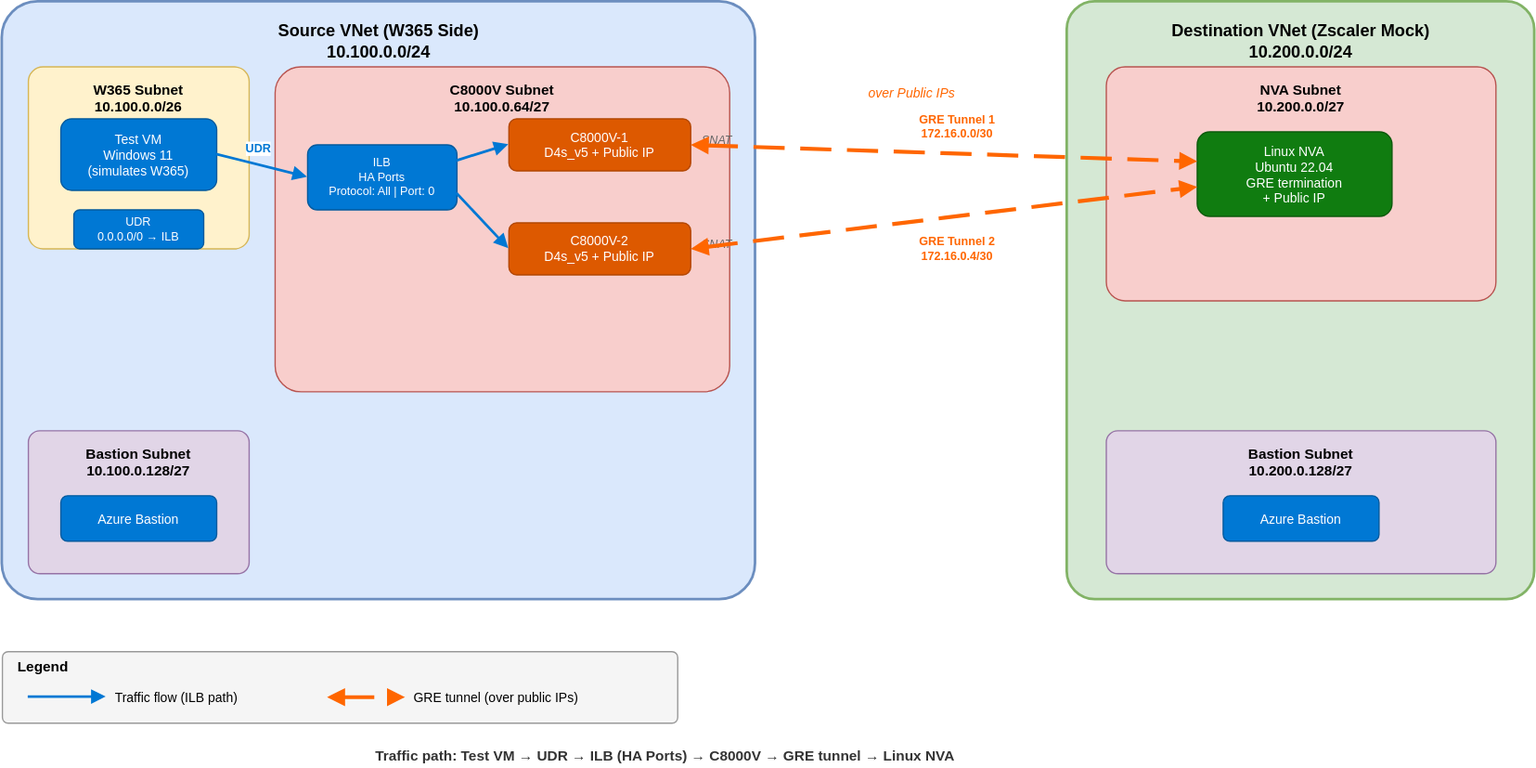
Earlier version of the draw.io export images/lab-topology.drawio.svg (colinweiner111/azure-w365-zscaler-networking-lab). Source tidied: cells renumbered, new cells last; positions are measured from the earlier drawing's top-left corner, leaving out a move shared by most shapes. The source it was exported from:
```xml
<mxGraphModel>
  <root>
    <mxCell id="0" />
    <mxCell id="1" parent="0" />
    <mxCell id="2" value="Source VNet (W365 Side)&#10;10.100.0.0/24" style="rounded=1;whiteSpace=wrap;html=1;fillColor=#dae8fc;strokeColor=#6c8ebf;strokeWidth=2;verticalAlign=top;spacingTop=8;fontStyle=1;fontSize=13;arcSize=6;dashed=0;" parent="1" vertex="1">
      <mxGeometry width="580" height="460" as="geometry" />
    </mxCell>
    <mxCell id="3" value="W365 Subnet&#10;10.100.0.0/26" style="rounded=1;whiteSpace=wrap;html=1;fillColor=#fff2cc;strokeColor=#d6b656;strokeWidth=1;verticalAlign=top;spacingTop=5;fontStyle=1;fontSize=11;arcSize=8;" parent="1" vertex="1">
      <mxGeometry x="20" y="50" width="170" height="140" as="geometry" />
    </mxCell>
    <mxCell id="4" value="Test VM&#10;Windows 11&#10;(simulates W365)" style="rounded=1;whiteSpace=wrap;html=1;fillColor=#0078D4;fontColor=#ffffff;strokeColor=#005a9e;strokeWidth=1;fontSize=10;fontStyle=0;" parent="1" vertex="1">
      <mxGeometry x="45" y="90" width="120" height="55" as="geometry" />
    </mxCell>
    <mxCell id="5" value="UDR&#10;0.0.0.0/0 → ILB" style="rounded=1;whiteSpace=wrap;html=1;fillColor=#0078D4;fontColor=#ffffff;strokeColor=#005a9e;strokeWidth=1;fontSize=9;fontStyle=0;" parent="1" vertex="1">
      <mxGeometry x="55" y="160" width="100" height="30" as="geometry" />
    </mxCell>
    <mxCell id="6" value="C8000V Subnet&#10;10.100.0.64/27" style="rounded=1;whiteSpace=wrap;html=1;fillColor=#f8cecc;strokeColor=#b85450;strokeWidth=1;verticalAlign=top;spacingTop=5;fontStyle=1;fontSize=11;arcSize=8;" parent="1" vertex="1">
      <mxGeometry x="210" y="50" width="350" height="250" as="geometry" />
    </mxCell>
    <mxCell id="7" value="ILB&#10;HA Ports&#10;Protocol: All | Port: 0" style="rounded=1;whiteSpace=wrap;html=1;fillColor=#0078D4;fontColor=#ffffff;strokeColor=#005a9e;strokeWidth=1;fontSize=9;fontStyle=0;" parent="1" vertex="1">
      <mxGeometry x="235" y="110" width="115" height="50" as="geometry" />
    </mxCell>
    <mxCell id="8" value="C8000V-1&#10;D4s_v5 + Public IP" style="rounded=1;whiteSpace=wrap;html=1;fillColor=#DD5900;fontColor=#ffffff;strokeColor=#b34700;strokeWidth=1;fontSize=10;fontStyle=0;" parent="1" vertex="1">
      <mxGeometry x="390" y="90" width="140" height="40" as="geometry" />
    </mxCell>
    <mxCell id="9" value="C8000V-2&#10;D4s_v5 + Public IP" style="rounded=1;whiteSpace=wrap;html=1;fillColor=#DD5900;fontColor=#ffffff;strokeColor=#b34700;strokeWidth=1;fontSize=10;fontStyle=0;" parent="1" vertex="1">
      <mxGeometry x="390" y="170" width="140" height="40" as="geometry" />
    </mxCell>
    <mxCell id="10" value="SNAT" style="text;html=1;align=center;verticalAlign=middle;strokeColor=none;fillColor=none;fontSize=9;fontStyle=2;fontColor=#666666;" parent="1" vertex="1">
      <mxGeometry x="530" y="97" width="40" height="20" as="geometry" />
    </mxCell>
    <mxCell id="11" value="SNAT" style="text;html=1;align=center;verticalAlign=middle;strokeColor=none;fillColor=none;fontSize=9;fontStyle=2;fontColor=#666666;" parent="1" vertex="1">
      <mxGeometry x="530" y="177" width="40" height="20" as="geometry" />
    </mxCell>
    <mxCell id="12" value="Bastion Subnet&#10;10.100.0.128/27" style="rounded=1;whiteSpace=wrap;html=1;fillColor=#e1d5e7;strokeColor=#9673a6;strokeWidth=1;verticalAlign=top;spacingTop=5;fontStyle=1;fontSize=11;arcSize=8;" parent="1" vertex="1">
      <mxGeometry x="20" y="330" width="170" height="110" as="geometry" />
    </mxCell>
    <mxCell id="13" value="Azure Bastion" style="rounded=1;whiteSpace=wrap;html=1;fillColor=#0078D4;fontColor=#ffffff;strokeColor=#005a9e;strokeWidth=1;fontSize=10;fontStyle=0;" parent="1" vertex="1">
      <mxGeometry x="45" y="380" width="120" height="35" as="geometry" />
    </mxCell>
    <mxCell id="14" value="Destination VNet (Zscaler Mock)&#10;10.200.0.0/24" style="rounded=1;whiteSpace=wrap;html=1;fillColor=#d5e8d4;strokeColor=#82b366;strokeWidth=2;verticalAlign=top;spacingTop=8;fontStyle=1;fontSize=13;arcSize=6;" parent="1" vertex="1">
      <mxGeometry x="820" width="360" height="460" as="geometry" />
    </mxCell>
    <mxCell id="15" value="NVA Subnet&#10;10.200.0.0/27" style="rounded=1;whiteSpace=wrap;html=1;fillColor=#f8cecc;strokeColor=#b85450;strokeWidth=1;verticalAlign=top;spacingTop=5;fontStyle=1;fontSize=11;arcSize=8;" parent="1" vertex="1">
      <mxGeometry x="850" y="50" width="300" height="180" as="geometry" />
    </mxCell>
    <mxCell id="16" value="Linux NVA&#10;Ubuntu 22.04&#10;GRE termination&#10;+ Public IP" style="rounded=1;whiteSpace=wrap;html=1;fillColor=#107C10;fontColor=#ffffff;strokeColor=#0b5a0b;strokeWidth=1;fontSize=10;fontStyle=0;" parent="1" vertex="1">
      <mxGeometry x="920" y="100" width="150" height="65" as="geometry" />
    </mxCell>
    <mxCell id="17" value="Bastion Subnet&#10;10.200.0.128/27" style="rounded=1;whiteSpace=wrap;html=1;fillColor=#e1d5e7;strokeColor=#9673a6;strokeWidth=1;verticalAlign=top;spacingTop=5;fontStyle=1;fontSize=11;arcSize=8;" parent="1" vertex="1">
      <mxGeometry x="850" y="330" width="300" height="110" as="geometry" />
    </mxCell>
    <mxCell id="18" value="Azure Bastion" style="rounded=1;whiteSpace=wrap;html=1;fillColor=#0078D4;fontColor=#ffffff;strokeColor=#005a9e;strokeWidth=1;fontSize=10;fontStyle=0;" parent="1" vertex="1">
      <mxGeometry x="940" y="380" width="120" height="35" as="geometry" />
    </mxCell>
    <mxCell id="19" style="endArrow=block;endFill=1;strokeColor=#0078D4;strokeWidth=2;exitX=1;exitY=0.5;exitDx=0;exitDy=0;entryX=0;entryY=0.5;entryDx=0;entryDy=0;" parent="1" edge="1" source="4" target="7">
      <mxGeometry relative="1" as="geometry" />
    </mxCell>
    <mxCell id="20" value="UDR" style="edgeLabel;html=1;align=center;verticalAlign=bottom;fontSize=9;fontStyle=1;fontColor=#0078D4;" parent="19" vertex="1">
      <mxGeometry x="-0.1" relative="1" as="geometry">
        <mxPoint y="-5" as="offset" />
      </mxGeometry>
    </mxCell>
    <mxCell id="21" style="endArrow=block;endFill=1;strokeColor=#0078D4;strokeWidth=2;exitX=1;exitY=0.25;exitDx=0;exitDy=0;entryX=0;entryY=0.5;entryDx=0;entryDy=0;" parent="1" edge="1" source="7" target="8">
      <mxGeometry relative="1" as="geometry" />
    </mxCell>
    <mxCell id="22" style="endArrow=block;endFill=1;strokeColor=#0078D4;strokeWidth=2;exitX=1;exitY=0.75;exitDx=0;exitDy=0;entryX=0;entryY=0.5;entryDx=0;entryDy=0;" parent="1" edge="1" source="7" target="9">
      <mxGeometry relative="1" as="geometry" />
    </mxCell>
    <mxCell id="23" style="endArrow=block;endFill=1;startArrow=block;startFill=1;strokeColor=#FF6600;strokeWidth=3;dashed=1;dashPattern=8 4;exitX=1;exitY=0.5;exitDx=0;exitDy=0;entryX=0;entryY=0.35;entryDx=0;entryDy=0;" parent="1" edge="1" source="8" target="16">
      <mxGeometry relative="1" as="geometry" />
    </mxCell>
    <mxCell id="24" value="GRE Tunnel 1&#10;172.16.0.0/30" style="edgeLabel;html=1;align=center;verticalAlign=bottom;fontSize=9;fontStyle=1;fontColor=#FF6600;" parent="23" vertex="1">
      <mxGeometry x="0.05" relative="1" as="geometry">
        <mxPoint y="-8" as="offset" />
      </mxGeometry>
    </mxCell>
    <mxCell id="25" style="endArrow=block;endFill=1;startArrow=block;startFill=1;strokeColor=#FF6600;strokeWidth=3;dashed=1;dashPattern=8 4;exitX=1;exitY=0.5;exitDx=0;exitDy=0;entryX=0;entryY=0.65;entryDx=0;entryDy=0;" parent="1" edge="1" source="9" target="16">
      <mxGeometry relative="1" as="geometry" />
    </mxCell>
    <mxCell id="26" value="GRE Tunnel 2&#10;172.16.0.4/30" style="edgeLabel;html=1;align=center;verticalAlign=top;fontSize=9;fontStyle=1;fontColor=#FF6600;" parent="25" vertex="1">
      <mxGeometry x="0.05" relative="1" as="geometry">
        <mxPoint y="8" as="offset" />
      </mxGeometry>
    </mxCell>
    <mxCell id="27" value="over Public IPs" style="text;html=1;align=center;verticalAlign=middle;strokeColor=none;fillColor=none;fontSize=10;fontStyle=2;fontColor=#FF6600;" parent="1" vertex="1">
      <mxGeometry x="650" y="60" width="100" height="20" as="geometry" />
    </mxCell>
    <mxCell id="28" style="rounded=1;whiteSpace=wrap;html=1;fillColor=#f5f5f5;strokeColor=#999999;strokeWidth=1;arcSize=8;" parent="1" vertex="1">
      <mxGeometry y="500" width="520" height="55" as="geometry" />
    </mxCell>
    <mxCell id="29" value="Legend" style="text;html=1;align=left;verticalAlign=middle;strokeColor=none;fillColor=none;fontSize=11;fontStyle=1;" parent="1" vertex="1">
      <mxGeometry x="10" y="502" width="50" height="20" as="geometry" />
    </mxCell>
    <mxCell id="30" style="endArrow=block;endFill=1;strokeColor=#0078D4;strokeWidth=2;" parent="1" edge="1">
      <mxGeometry relative="1" as="geometry">
        <mxPoint x="20" y="535" as="sourcePoint" />
        <mxPoint x="80" y="535" as="targetPoint" />
      </mxGeometry>
    </mxCell>
    <mxCell id="31" value="Traffic flow (ILB path)" style="text;html=1;align=left;verticalAlign=middle;strokeColor=none;fillColor=none;fontSize=10;" parent="1" vertex="1">
      <mxGeometry x="85" y="525" width="130" height="20" as="geometry" />
    </mxCell>
    <mxCell id="32" style="endArrow=block;endFill=1;startArrow=block;startFill=1;strokeColor=#FF6600;strokeWidth=3;dashed=1;dashPattern=8 4;" parent="1" edge="1">
      <mxGeometry relative="1" as="geometry">
        <mxPoint x="250" y="535" as="sourcePoint" />
        <mxPoint x="310" y="535" as="targetPoint" />
      </mxGeometry>
    </mxCell>
    <mxCell id="33" value="GRE tunnel (over public IPs)" style="text;html=1;align=left;verticalAlign=middle;strokeColor=none;fillColor=none;fontSize=10;" parent="1" vertex="1">
      <mxGeometry x="315" y="525" width="170" height="20" as="geometry" />
    </mxCell>
    <mxCell id="34" value="Traffic path:  Test VM → UDR → ILB (HA Ports) → C8000V → GRE tunnel → Linux NVA" style="text;html=1;align=center;verticalAlign=middle;strokeColor=none;fillColor=none;fontSize=11;fontStyle=1;fontColor=#333333;" parent="1" vertex="1">
      <mxGeometry x="270" y="570" width="480" height="20" as="geometry" />
    </mxCell>
  </root>
</mxGraphModel>
```
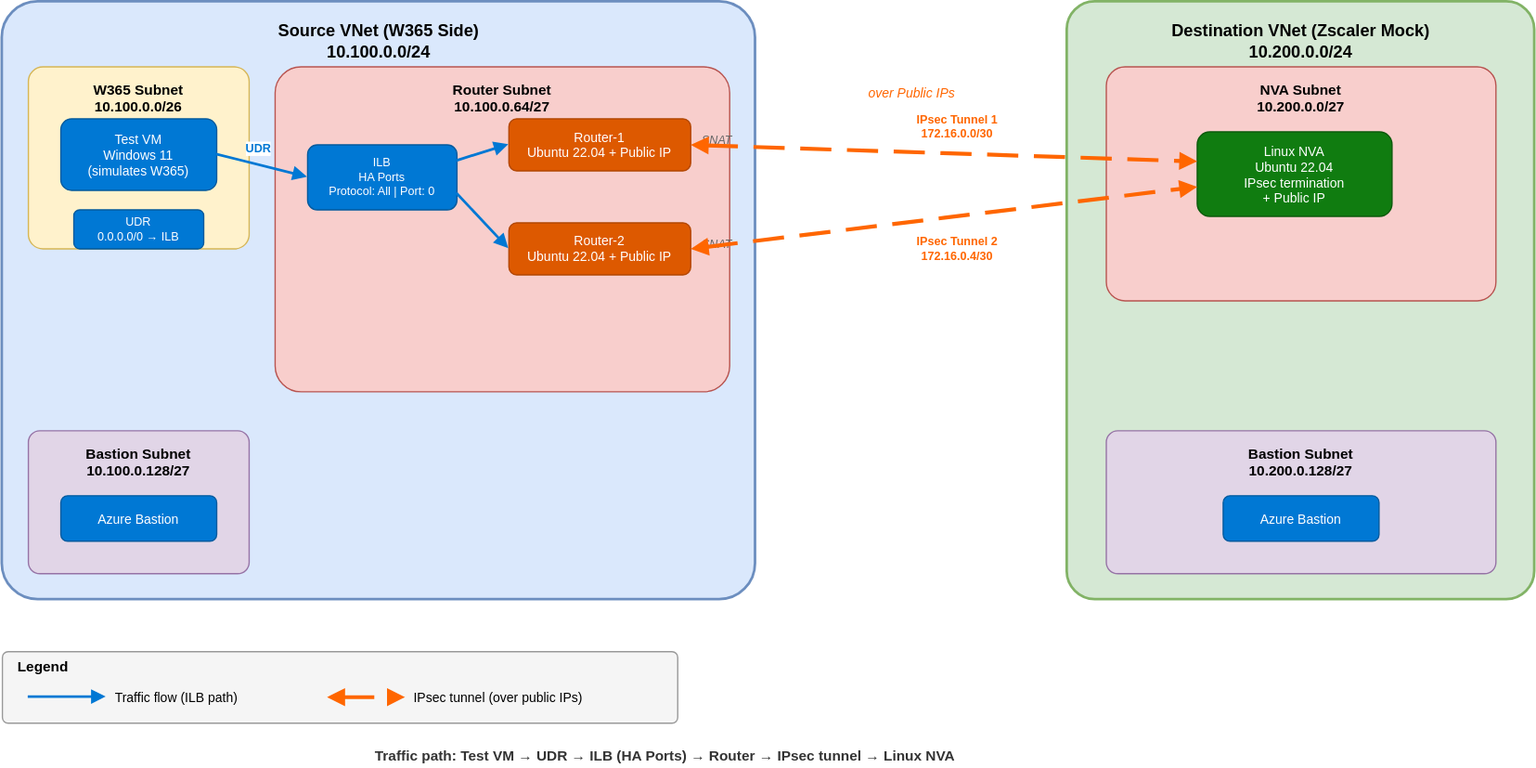
The same file after the commit.

Diff of the diagram source:
```diff
@@ -14,16 +14,16 @@
     <mxCell id="5" value="UDR&#10;0.0.0.0/0 → ILB" style="rounded=1;whiteSpace=wrap;html=1;fillColor=#0078D4;fontColor=#ffffff;strokeColor=#005a9e;strokeWidth=1;fontSize=9;fontStyle=0;" parent="1" vertex="1">
       <mxGeometry x="55" y="160" width="100" height="30" as="geometry" />
     </mxCell>
-    <mxCell id="6" value="C8000V Subnet&#10;10.100.0.64/27" style="rounded=1;whiteSpace=wrap;html=1;fillColor=#f8cecc;strokeColor=#b85450;strokeWidth=1;verticalAlign=top;spacingTop=5;fontStyle=1;fontSize=11;arcSize=8;" parent="1" vertex="1">
-      <mxGeometry x="210" y="50" width="350" height="250" as="geometry" />
-    </mxCell>
+    <mxCell id="35" value="Router Subnet&#10;10.100.0.64/27" style="rounded=1;whiteSpace=wrap;html=1;fillColor=#f8cecc;strokeColor=#b85450;strokeWidth=1;verticalAlign=top;spacingTop=5;fontStyle=1;fontSize=11;arcSize=8;" parent="1" vertex="1">
+      <mxGeometry x="210" y="50" width="350" height="250" as="geometry" />
+    </mxCell>
     <mxCell id="7" value="ILB&#10;HA Ports&#10;Protocol: All | Port: 0" style="rounded=1;whiteSpace=wrap;html=1;fillColor=#0078D4;fontColor=#ffffff;strokeColor=#005a9e;strokeWidth=1;fontSize=9;fontStyle=0;" parent="1" vertex="1">
       <mxGeometry x="235" y="110" width="115" height="50" as="geometry" />
     </mxCell>
-    <mxCell id="8" value="C8000V-1&#10;D4s_v5 + Public IP" style="rounded=1;whiteSpace=wrap;html=1;fillColor=#DD5900;fontColor=#ffffff;strokeColor=#b34700;strokeWidth=1;fontSize=10;fontStyle=0;" parent="1" vertex="1">
+    <mxCell id="8" value="Router-1&#10;Ubuntu 22.04 + Public IP" style="rounded=1;whiteSpace=wrap;html=1;fillColor=#DD5900;fontColor=#ffffff;strokeColor=#b34700;strokeWidth=1;fontSize=10;fontStyle=0;" parent="1" vertex="1">
       <mxGeometry x="390" y="90" width="140" height="40" as="geometry" />
     </mxCell>
-    <mxCell id="9" value="C8000V-2&#10;D4s_v5 + Public IP" style="rounded=1;whiteSpace=wrap;html=1;fillColor=#DD5900;fontColor=#ffffff;strokeColor=#b34700;strokeWidth=1;fontSize=10;fontStyle=0;" parent="1" vertex="1">
+    <mxCell id="9" value="Router-2&#10;Ubuntu 22.04 + Public IP" style="rounded=1;whiteSpace=wrap;html=1;fillColor=#DD5900;fontColor=#ffffff;strokeColor=#b34700;strokeWidth=1;fontSize=10;fontStyle=0;" parent="1" vertex="1">
       <mxGeometry x="390" y="170" width="140" height="40" as="geometry" />
     </mxCell>
     <mxCell id="10" value="SNAT" style="text;html=1;align=center;verticalAlign=middle;strokeColor=none;fillColor=none;fontSize=9;fontStyle=2;fontColor=#666666;" parent="1" vertex="1">
@@ -44,7 +44,7 @@
     <mxCell id="15" value="NVA Subnet&#10;10.200.0.0/27" style="rounded=1;whiteSpace=wrap;html=1;fillColor=#f8cecc;strokeColor=#b85450;strokeWidth=1;verticalAlign=top;spacingTop=5;fontStyle=1;fontSize=11;arcSize=8;" parent="1" vertex="1">
       <mxGeometry x="850" y="50" width="300" height="180" as="geometry" />
     </mxCell>
-    <mxCell id="16" value="Linux NVA&#10;Ubuntu 22.04&#10;GRE termination&#10;+ Public IP" style="rounded=1;whiteSpace=wrap;html=1;fillColor=#107C10;fontColor=#ffffff;strokeColor=#0b5a0b;strokeWidth=1;fontSize=10;fontStyle=0;" parent="1" vertex="1">
+    <mxCell id="16" value="Linux NVA&#10;Ubuntu 22.04&#10;IPsec termination&#10;+ Public IP" style="rounded=1;whiteSpace=wrap;html=1;fillColor=#107C10;fontColor=#ffffff;strokeColor=#0b5a0b;strokeWidth=1;fontSize=10;fontStyle=0;" parent="1" vertex="1">
       <mxGeometry x="920" y="100" width="150" height="65" as="geometry" />
     </mxCell>
     <mxCell id="17" value="Bastion Subnet&#10;10.200.0.128/27" style="rounded=1;whiteSpace=wrap;html=1;fillColor=#e1d5e7;strokeColor=#9673a6;strokeWidth=1;verticalAlign=top;spacingTop=5;fontStyle=1;fontSize=11;arcSize=8;" parent="1" vertex="1">
@@ -70,7 +70,7 @@
     <mxCell id="23" style="endArrow=block;endFill=1;startArrow=block;startFill=1;strokeColor=#FF6600;strokeWidth=3;dashed=1;dashPattern=8 4;exitX=1;exitY=0.5;exitDx=0;exitDy=0;entryX=0;entryY=0.35;entryDx=0;entryDy=0;" parent="1" edge="1" source="8" target="16">
       <mxGeometry relative="1" as="geometry" />
     </mxCell>
-    <mxCell id="24" value="GRE Tunnel 1&#10;172.16.0.0/30" style="edgeLabel;html=1;align=center;verticalAlign=bottom;fontSize=9;fontStyle=1;fontColor=#FF6600;" parent="23" vertex="1">
+    <mxCell id="24" value="IPsec Tunnel 1&#10;172.16.0.0/30" style="edgeLabel;html=1;align=center;verticalAlign=bottom;fontSize=9;fontStyle=1;fontColor=#FF6600;" parent="23" vertex="1">
       <mxGeometry x="0.05" relative="1" as="geometry">
         <mxPoint y="-8" as="offset" />
       </mxGeometry>
@@ -78,7 +78,7 @@
     <mxCell id="25" style="endArrow=block;endFill=1;startArrow=block;startFill=1;strokeColor=#FF6600;strokeWidth=3;dashed=1;dashPattern=8 4;exitX=1;exitY=0.5;exitDx=0;exitDy=0;entryX=0;entryY=0.65;entryDx=0;entryDy=0;" parent="1" edge="1" source="9" target="16">
       <mxGeometry relative="1" as="geometry" />
     </mxCell>
-    <mxCell id="26" value="GRE Tunnel 2&#10;172.16.0.4/30" style="edgeLabel;html=1;align=center;verticalAlign=top;fontSize=9;fontStyle=1;fontColor=#FF6600;" parent="25" vertex="1">
+    <mxCell id="26" value="IPsec Tunnel 2&#10;172.16.0.4/30" style="edgeLabel;html=1;align=center;verticalAlign=top;fontSize=9;fontStyle=1;fontColor=#FF6600;" parent="25" vertex="1">
       <mxGeometry x="0.05" relative="1" as="geometry">
         <mxPoint y="8" as="offset" />
       </mxGeometry>
@@ -101,16 +101,16 @@
     <mxCell id="31" value="Traffic flow (ILB path)" style="text;html=1;align=left;verticalAlign=middle;strokeColor=none;fillColor=none;fontSize=10;" parent="1" vertex="1">
       <mxGeometry x="85" y="525" width="130" height="20" as="geometry" />
     </mxCell>
-    <mxCell id="32" style="endArrow=block;endFill=1;startArrow=block;startFill=1;strokeColor=#FF6600;strokeWidth=3;dashed=1;dashPattern=8 4;" parent="1" edge="1">
-      <mxGeometry relative="1" as="geometry">
-        <mxPoint x="250" y="535" as="sourcePoint" />
-        <mxPoint x="310" y="535" as="targetPoint" />
-      </mxGeometry>
-    </mxCell>
-    <mxCell id="33" value="GRE tunnel (over public IPs)" style="text;html=1;align=left;verticalAlign=middle;strokeColor=none;fillColor=none;fontSize=10;" parent="1" vertex="1">
-      <mxGeometry x="315" y="525" width="170" height="20" as="geometry" />
-    </mxCell>
+    <mxCell id="36" style="endArrow=block;endFill=1;startArrow=block;startFill=1;strokeColor=#FF6600;strokeWidth=3;dashed=1;dashPattern=8 4;" parent="1" edge="1">
+      <mxGeometry relative="1" as="geometry">
+        <mxPoint x="250" y="535" as="sourcePoint" />
+        <mxPoint x="310" y="535" as="targetPoint" />
+      </mxGeometry>
+    </mxCell>
+    <mxCell id="37" value="IPsec tunnel (over public IPs)" style="text;html=1;align=left;verticalAlign=middle;strokeColor=none;fillColor=none;fontSize=10;" parent="1" vertex="1">
+      <mxGeometry x="315" y="525" width="170" height="20" as="geometry" />
+    </mxCell>
-    <mxCell id="34" value="Traffic path:  Test VM → UDR → ILB (HA Ports) → C8000V → GRE tunnel → Linux NVA" style="text;html=1;align=center;verticalAlign=middle;strokeColor=none;fillColor=none;fontSize=11;fontStyle=1;fontColor=#333333;" parent="1" vertex="1">
+    <mxCell id="34" value="Traffic path:  Test VM → UDR → ILB (HA Ports) → Router → IPsec tunnel → Linux NVA" style="text;html=1;align=center;verticalAlign=middle;strokeColor=none;fillColor=none;fontSize=11;fontStyle=1;fontColor=#333333;" parent="1" vertex="1">
       <mxGeometry x="270" y="570" width="480" height="20" as="geometry" />
     </mxCell>
   </root>
```
